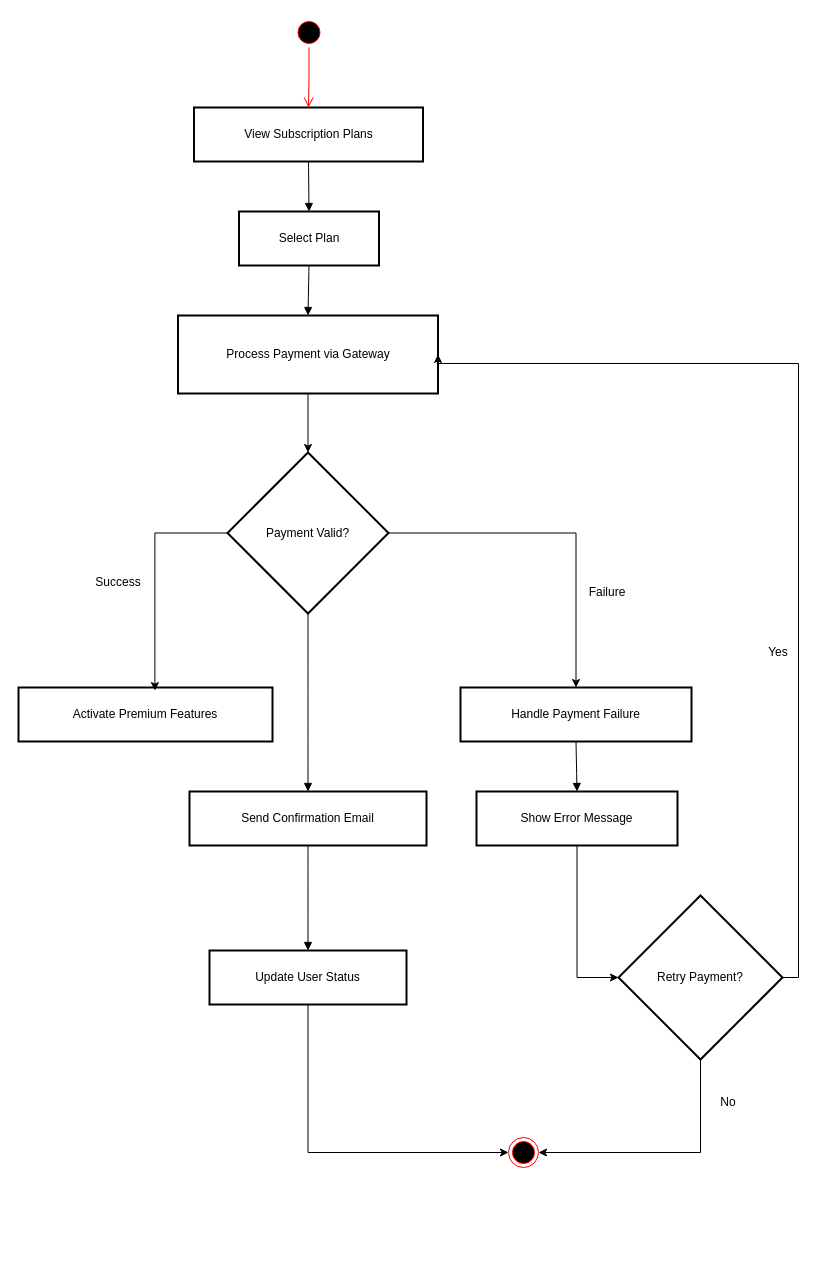
lujamanandhar/FYP keeps this draw.io diagram as documents/Artifact Diagrams/Payment Integration/PaymentIntegration_Activity.drawio. Above is the earlier version. Source tidied: cells renumbered, new cells numbered last; positions are measured from the earlier drawing's top-left corner, leaving out a move shared by most shapes. Both pictures are drawn from the tidied source at 100%, with x=0, y=0 at pixel (18, 17).
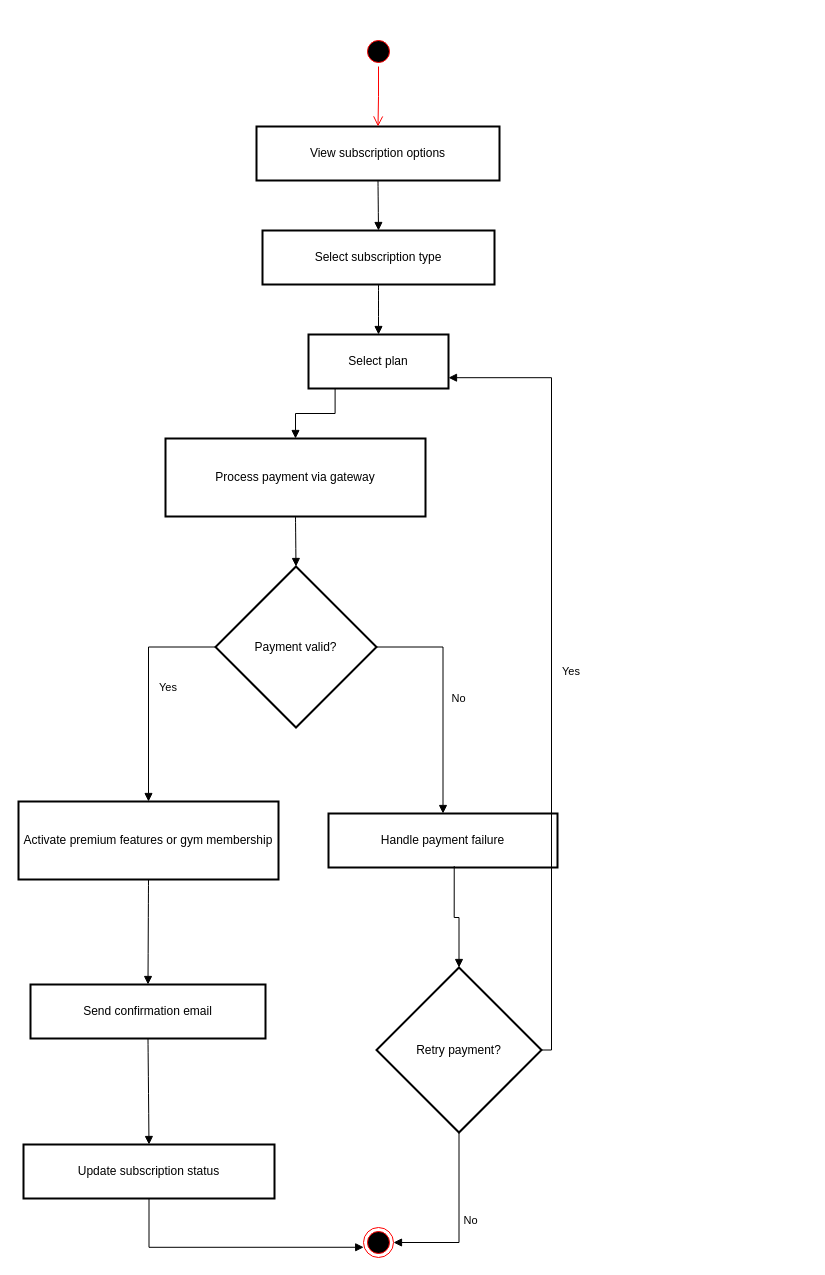
The same diagram, later.

Change to the diagram source:
```diff
@@
-    <mxCell id="2" value="View Subscription Plans" style="whiteSpace=wrap;strokeWidth=2;" parent="1" vertex="1">
-      <mxGeometry x="175.5" y="90" width="229" height="54" as="geometry" />
-    </mxCell>
-    <mxCell id="3" value="Select Plan" style="whiteSpace=wrap;strokeWidth=2;" parent="1" vertex="1">
-      <mxGeometry x="220.5" y="194" width="140" height="54" as="geometry" />
-    </mxCell>
-    <mxCell id="4" style="edgeStyle=orthogonalEdgeStyle;rounded=0;jettySize=auto;html=1;" parent="1" edge="1" source="5" target="7">
-      <mxGeometry relative="1" as="geometry" />
-    </mxCell>
-    <mxCell id="5" value="Process Payment via Gateway" style="whiteSpace=wrap;strokeWidth=2;" parent="1" vertex="1">
-      <mxGeometry x="159.5" y="298" width="260" height="78" as="geometry" />
-    </mxCell>
-    <mxCell id="6" style="edgeStyle=orthogonalEdgeStyle;rounded=0;jettySize=auto;html=1;" parent="1" edge="1" source="7" target="12">
-      <mxGeometry relative="1" as="geometry" />
-    </mxCell>
-    <mxCell id="7" value="Payment Valid?" style="rhombus;strokeWidth=2;whiteSpace=wrap;" parent="1" vertex="1">
-      <mxGeometry x="209" y="435" width="161" height="161" as="geometry" />
-    </mxCell>
-    <mxCell id="8" value="Activate Premium Features" style="whiteSpace=wrap;strokeWidth=2;" parent="1" vertex="1">
-      <mxGeometry y="670" width="254" height="54" as="geometry" />
-    </mxCell>
-    <mxCell id="9" value="Send Confirmation Email" style="whiteSpace=wrap;strokeWidth=2;" parent="1" vertex="1">
-      <mxGeometry x="171" y="774" width="237" height="54" as="geometry" />
-    </mxCell>
-    <mxCell id="10" style="edgeStyle=orthogonalEdgeStyle;rounded=0;jettySize=auto;html=1;entryX=0;entryY=0.5;entryDx=0;entryDy=0;" parent="1" edge="1" source="11" target="23">
-      <mxGeometry relative="1" as="geometry">
-        <Array as="points">
-          <mxPoint x="290" y="1135" />
-        </Array>
-      </mxGeometry>
-    </mxCell>
-    <mxCell id="11" value="Update User Status" style="whiteSpace=wrap;strokeWidth=2;" parent="1" vertex="1">
-      <mxGeometry x="191" y="933" width="197" height="54" as="geometry" />
-    </mxCell>
-    <mxCell id="12" value="Handle Payment Failure" style="whiteSpace=wrap;strokeWidth=2;" parent="1" vertex="1">
-      <mxGeometry x="442" y="670" width="231" height="54" as="geometry" />
-    </mxCell>
-    <mxCell id="13" style="edgeStyle=orthogonalEdgeStyle;rounded=0;jettySize=auto;html=1;entryX=0;entryY=0.5;entryDx=0;entryDy=0;" parent="1" edge="1" source="14" target="17">
-      <mxGeometry relative="1" as="geometry" />
-    </mxCell>
-    <mxCell id="14" value="Show Error Message" style="whiteSpace=wrap;strokeWidth=2;" parent="1" vertex="1">
-      <mxGeometry x="458" y="774" width="201" height="54" as="geometry" />
-    </mxCell>
-    <mxCell id="15" style="edgeStyle=orthogonalEdgeStyle;rounded=0;jettySize=auto;html=1;entryX=1;entryY=0.5;entryDx=0;entryDy=0;" parent="1" edge="1" source="17" target="23">
-      <mxGeometry relative="1" as="geometry">
-        <Array as="points">
-          <mxPoint x="682" y="1135" />
-        </Array>
-      </mxGeometry>
-    </mxCell>
-    <mxCell id="16" style="edgeStyle=orthogonalEdgeStyle;rounded=0;jettySize=auto;html=1;entryX=1;entryY=0.5;entryDx=0;entryDy=0;" parent="1" edge="1" source="17" target="5">
-      <mxGeometry relative="1" as="geometry">
-        <Array as="points">
-          <mxPoint x="780" y="960" />
-          <mxPoint x="780" y="346" />
-        </Array>
-      </mxGeometry>
-    </mxCell>
-    <mxCell id="17" value="Retry Payment?" style="rhombus;strokeWidth=2;whiteSpace=wrap;" parent="1" vertex="1">
-      <mxGeometry x="600" y="878" width="164" height="164" as="geometry" />
-    </mxCell>
-    <mxCell id="18" style="curved=1;startArrow=none;endArrow=block;exitX=0.5;exitY=1;entryX=0.5;entryY=0;rounded=0;" parent="1" edge="1" source="2" target="3">
-      <mxGeometry relative="1" as="geometry" />
-    </mxCell>
-    <mxCell id="19" style="curved=1;startArrow=none;endArrow=block;exitX=0.5;exitY=1;entryX=0.5;entryY=0;rounded=0;" parent="1" edge="1" source="3" target="5">
-      <mxGeometry relative="1" as="geometry" />
-    </mxCell>
-    <mxCell id="20" style="curved=1;startArrow=none;endArrow=block;exitX=0.5;exitY=1;entryX=0.5;entryY=0;rounded=0;" parent="1" edge="1" source="7" target="9">
-      <mxGeometry relative="1" as="geometry" />
-    </mxCell>
-    <mxCell id="21" style="curved=1;startArrow=none;endArrow=block;exitX=0.5;exitY=1;entryX=0.5;entryY=0;rounded=0;" parent="1" edge="1" source="9" target="11">
-      <mxGeometry relative="1" as="geometry" />
-    </mxCell>
-    <mxCell id="22" style="curved=1;startArrow=none;endArrow=block;exitX=0.5;exitY=1;entryX=0.5;entryY=0;rounded=0;" parent="1" edge="1" source="12" target="14">
-      <mxGeometry relative="1" as="geometry" />
-    </mxCell>
-    <mxCell id="23" style="ellipse;html=1;shape=endState;fillColor=#000000;strokeColor=#ff0000;" parent="1" vertex="1">
-      <mxGeometry x="490" y="1120" width="30" height="30" as="geometry" />
-    </mxCell>
-    <mxCell id="24" style="ellipse;html=1;shape=startState;fillColor=#000000;strokeColor=#ff0000;" parent="1" vertex="1">
-      <mxGeometry x="275.5" width="30" height="30" as="geometry" />
-    </mxCell>
-    <mxCell id="25" style="edgeStyle=orthogonalEdgeStyle;html=1;verticalAlign=bottom;endArrow=open;endSize=8;strokeColor=#ff0000;rounded=0;entryX=0.5;entryY=0;entryDx=0;entryDy=0;" parent="1" edge="1" source="24" target="2">
-      <mxGeometry relative="1" as="geometry" />
-    </mxCell>
-    <mxCell id="26" style="edgeStyle=orthogonalEdgeStyle;rounded=0;jettySize=auto;html=1;entryX=0.537;entryY=0.058;entryDx=0;entryDy=0;entryPerimeter=0;" parent="1" edge="1" source="7" target="8">
-      <mxGeometry relative="1" as="geometry">
-        <Array as="points">
-          <mxPoint x="136" y="516" />
-        </Array>
-      </mxGeometry>
-    </mxCell>
-    <mxCell id="27" value="Success" style="text;html=1;whiteSpace=wrap;strokeColor=none;fillColor=none;align=center;verticalAlign=middle;rounded=0;" parent="1" vertex="1">
-      <mxGeometry x="70" y="550" width="60" height="30" as="geometry" />
-    </mxCell>
-    <mxCell id="28" value="Failure" style="text;html=1;whiteSpace=wrap;strokeColor=none;fillColor=none;align=center;verticalAlign=middle;rounded=0;" parent="1" vertex="1">
-      <mxGeometry x="559" y="560" width="60" height="30" as="geometry" />
-    </mxCell>
-    <mxCell id="29" value="No" style="text;html=1;whiteSpace=wrap;strokeColor=none;fillColor=none;align=center;verticalAlign=middle;rounded=0;" parent="1" vertex="1">
-      <mxGeometry x="680" y="1070" width="60" height="30" as="geometry" />
-    </mxCell>
-    <mxCell id="30" value="Yes" style="text;html=1;whiteSpace=wrap;strokeColor=none;fillColor=none;align=center;verticalAlign=middle;rounded=0;" parent="1" vertex="1">
-      <mxGeometry x="730" y="620" width="60" height="30" as="geometry" />
-    </mxCell>
+    <mxCell id="31" value="View subscription options" style="whiteSpace=wrap;strokeWidth=2;" parent="1" vertex="1">
+      <mxGeometry x="238" y="109" width="243" height="54" as="geometry" />
+    </mxCell>
+    <mxCell id="32" value="Select subscription type" style="whiteSpace=wrap;strokeWidth=2;" parent="1" vertex="1">
+      <mxGeometry x="244" y="213" width="232" height="54" as="geometry" />
+    </mxCell>
+    <mxCell id="33" value="Select plan" style="whiteSpace=wrap;strokeWidth=2;" parent="1" vertex="1">
+      <mxGeometry x="290" y="317" width="140" height="54" as="geometry" />
+    </mxCell>
+    <mxCell id="34" value="Process payment via gateway" style="whiteSpace=wrap;strokeWidth=2;" parent="1" vertex="1">
+      <mxGeometry x="147" y="421" width="260" height="78" as="geometry" />
+    </mxCell>
+    <mxCell id="35" value="Payment valid?" style="rhombus;strokeWidth=2;whiteSpace=wrap;" parent="1" vertex="1">
+      <mxGeometry x="197" y="549" width="161" height="161" as="geometry" />
+    </mxCell>
+    <mxCell id="36" value="Activate premium features or gym membership" style="whiteSpace=wrap;strokeWidth=2;" parent="1" vertex="1">
+      <mxGeometry y="784" width="260" height="78" as="geometry" />
+    </mxCell>
+    <mxCell id="37" value="Send confirmation email" style="whiteSpace=wrap;strokeWidth=2;" parent="1" vertex="1">
+      <mxGeometry x="12" y="967" width="235" height="54" as="geometry" />
+    </mxCell>
+    <mxCell id="38" value="Update subscription status" style="whiteSpace=wrap;strokeWidth=2;" parent="1" vertex="1">
+      <mxGeometry x="5" y="1127" width="251" height="54" as="geometry" />
+    </mxCell>
+    <mxCell id="39" value="Handle payment failure" style="whiteSpace=wrap;strokeWidth=2;" parent="1" vertex="1">
+      <mxGeometry x="310" y="796" width="229" height="54" as="geometry" />
+    </mxCell>
+    <mxCell id="40" value="Retry payment?" style="rhombus;strokeWidth=2;whiteSpace=wrap;" parent="1" vertex="1">
+      <mxGeometry x="358" y="950" width="165" height="165" as="geometry" />
+    </mxCell>
+    <mxCell id="41" style="curved=1;startArrow=none;endArrow=block;exitX=0.5;exitY=1;entryX=0.5;entryY=0;rounded=0;" parent="1" edge="1" source="31" target="32">
+      <mxGeometry relative="1" as="geometry" />
+    </mxCell>
+    <mxCell id="42" style="curved=1;startArrow=none;endArrow=block;exitX=0.5;exitY=1;entryX=0.5;entryY=0;rounded=0;" parent="1" edge="1" source="32" target="33">
+      <mxGeometry relative="1" as="geometry" />
+    </mxCell>
+    <mxCell id="43" style="startArrow=none;endArrow=block;exitX=0.19;exitY=1;entryX=0.5;entryY=0;rounded=0;edgeStyle=orthogonalEdgeStyle;" parent="1" edge="1" source="33" target="34">
+      <mxGeometry relative="1" as="geometry" />
+    </mxCell>
+    <mxCell id="44" style="curved=1;startArrow=none;endArrow=block;exitX=0.5;exitY=1;entryX=0.5;entryY=0;rounded=0;" parent="1" edge="1" source="34" target="35">
+      <mxGeometry relative="1" as="geometry" />
+    </mxCell>
+    <mxCell id="45" value="Yes" style="startArrow=none;endArrow=block;exitX=0;exitY=0.5;entryX=0.5;entryY=0;rounded=0;edgeStyle=orthogonalEdgeStyle;exitDx=0;exitDy=0;" parent="1" edge="1" source="35" target="36">
+      <mxGeometry x="-0.03" y="20" relative="1" as="geometry" />
+    </mxCell>
+    <mxCell id="46" style="curved=1;startArrow=none;endArrow=block;exitX=0.5;exitY=1;entryX=0.5;entryY=0;rounded=0;" parent="1" edge="1" source="36" target="37">
+      <mxGeometry relative="1" as="geometry" />
+    </mxCell>
+    <mxCell id="47" style="curved=1;startArrow=none;endArrow=block;exitX=0.5;exitY=1;entryX=0.5;entryY=-0.01;rounded=0;" parent="1" edge="1" source="37" target="38">
+      <mxGeometry relative="1" as="geometry" />
+    </mxCell>
+    <mxCell id="48" style="startArrow=none;endArrow=block;exitX=0.5;exitY=0.99;entryX=0.007;entryY=0.659;rounded=0;edgeStyle=orthogonalEdgeStyle;entryDx=0;entryDy=0;entryPerimeter=0;" parent="1" edge="1" source="38" target="53">
+      <mxGeometry relative="1" as="geometry" />
+    </mxCell>
+    <mxCell id="49" value="No" style="startArrow=none;endArrow=block;exitX=1;exitY=0.5;entryX=0.5;entryY=-0.01;rounded=0;edgeStyle=orthogonalEdgeStyle;exitDx=0;exitDy=0;" parent="1" edge="1" source="35" target="39">
+      <mxGeometry y="16" relative="1" as="geometry" />
+    </mxCell>
+    <mxCell id="50" style="startArrow=none;endArrow=block;exitX=0.549;exitY=0.974;entryX=0.5;entryY=0;rounded=0;edgeStyle=orthogonalEdgeStyle;entryDx=0;entryDy=0;exitDx=0;exitDy=0;exitPerimeter=0;" parent="1" edge="1" source="39" target="40">
+      <mxGeometry relative="1" as="geometry" />
+    </mxCell>
+    <mxCell id="51" value="Yes" style="startArrow=none;endArrow=block;exitX=1;exitY=0.5;entryX=1;entryY=0.8;rounded=0;edgeStyle=orthogonalEdgeStyle;exitDx=0;exitDy=0;" parent="1" edge="1" source="40" target="33">
+      <mxGeometry x="-0.01" y="-20" relative="1" as="geometry" />
+    </mxCell>
+    <mxCell id="52" value="No" style="startArrow=none;endArrow=block;exitX=0.5;exitY=1;entryX=1;entryY=0.5;rounded=0;edgeStyle=orthogonalEdgeStyle;entryDx=0;entryDy=0;" parent="1" edge="1" source="40" target="53">
+      <mxGeometry x="-0.01" y="12" relative="1" as="geometry" />
+    </mxCell>
+    <mxCell id="53" style="ellipse;html=1;shape=endState;fillColor=#000000;strokeColor=#ff0000;" parent="1" vertex="1">
+      <mxGeometry x="345" y="1210" width="30" height="30" as="geometry" />
+    </mxCell>
+    <mxCell id="54" style="ellipse;html=1;shape=startState;fillColor=#000000;strokeColor=#ff0000;" parent="1" vertex="1">
+      <mxGeometry x="345" y="19" width="30" height="30" as="geometry" />
+    </mxCell>
+    <mxCell id="55" style="edgeStyle=orthogonalEdgeStyle;html=1;verticalAlign=bottom;endArrow=open;endSize=8;strokeColor=#ff0000;rounded=0;" parent="1" edge="1" source="54" target="31">
+      <mxGeometry relative="1" as="geometry" />
+    </mxCell>
```
